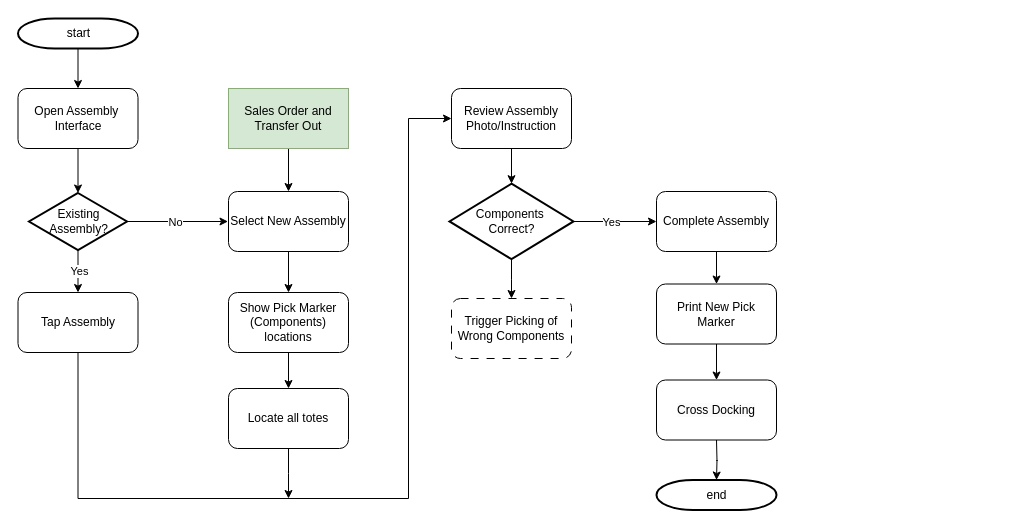
This is AssemblyProcess.drawio from ZTomChen/NavigatorFlowcharts, a draw.io file, before an edit. Source tidied: cells renumbered, new cells numbered last; positions are measured from the earlier drawing's top-left corner, leaving out a move shared by most shapes. Both pictures are drawn from the tidied source at 100%, with x=0, y=0 at pixel (18, 18).
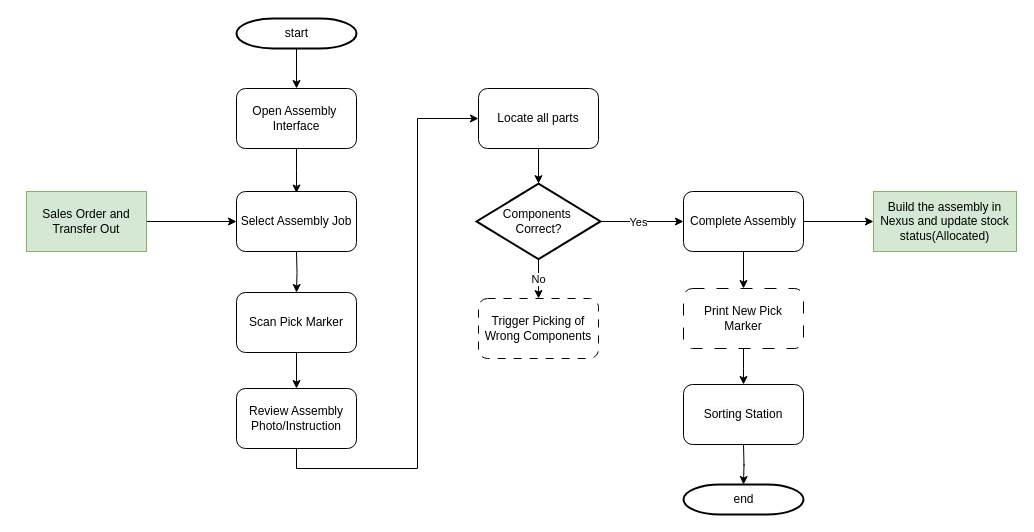
After the change.

What changed in the source:
```diff
@@
     <mxCell id="3" value="start" style="shape=mxgraph.flowchart.terminator;strokeWidth=2;gradientColor=none;gradientDirection=north;fontStyle=0;html=1;" parent="1" vertex="1">
-      <mxGeometry x="-0.5" width="120" height="30" as="geometry" />
+      <mxGeometry x="218" width="120" height="30" as="geometry" />
     </mxCell>
-    <mxCell id="4" style="edgeStyle=orthogonalEdgeStyle;rounded=0;jettySize=auto;html=1;" parent="1" edge="1" source="8" target="12">
-      <mxGeometry relative="1" as="geometry" />
-    </mxCell>
-    <mxCell id="5" value="Yes" style="edgeLabel;html=1;align=center;verticalAlign=middle;" parent="4" vertex="1">
-      <mxGeometry x="-0.04" y="1" relative="1" as="geometry">
-        <mxPoint y="1" as="offset" />
-      </mxGeometry>
-    </mxCell>
-    <mxCell id="6" style="edgeStyle=orthogonalEdgeStyle;rounded=0;jettySize=auto;html=1;" parent="1" edge="1" source="8">
-      <mxGeometry relative="1" as="geometry">
-        <mxPoint x="209.5" y="203" as="targetPoint" />
-      </mxGeometry>
-    </mxCell>
-    <mxCell id="7" value="No" style="edgeLabel;html=1;align=center;verticalAlign=middle;" parent="6" vertex="1">
-      <mxGeometry x="-0.36" y="-2" relative="1" as="geometry">
-        <mxPoint x="16" y="-2" as="offset" />
-      </mxGeometry>
-    </mxCell>
-    <mxCell id="8" value="Existing&lt;div&gt;Assembly?&lt;/div&gt;" style="shape=mxgraph.flowchart.decision;strokeWidth=2;gradientColor=none;gradientDirection=north;fontStyle=0;html=1;" parent="1" vertex="1">
-      <mxGeometry x="10.5" y="174.5" width="98" height="57" as="geometry" />
-    </mxCell>
-    <mxCell id="9" style="edgeStyle=orthogonalEdgeStyle;rounded=0;jettySize=auto;html=1;" parent="1" edge="1" source="10" target="8">
-      <mxGeometry relative="1" as="geometry" />
+    <mxCell id="9" style="edgeStyle=orthogonalEdgeStyle;rounded=0;jettySize=auto;html=1;" parent="1" edge="1" source="10">
+      <mxGeometry relative="1" as="geometry">
+        <mxPoint x="278" y="174.5" as="targetPoint" />
+      </mxGeometry>
     </mxCell>
     <mxCell id="10" value="&lt;span style=&quot;text-wrap-mode: nowrap;&quot;&gt;Open Assembly&amp;nbsp;&lt;/span&gt;&lt;div&gt;&lt;span style=&quot;text-wrap-mode: nowrap;&quot;&gt;Interface&lt;/span&gt;&lt;/div&gt;" style="rounded=1;whiteSpace=wrap;html=1;" parent="1" vertex="1">
-      <mxGeometry x="-0.5" y="70" width="120" height="60" as="geometry" />
+      <mxGeometry x="218" y="70" width="120" height="60" as="geometry" />
     </mxCell>
-    <mxCell id="11" style="edgeStyle=orthogonalEdgeStyle;rounded=0;jettySize=auto;html=1;exitX=0.5;exitY=1;exitDx=0;exitDy=0;entryX=0;entryY=0.5;entryDx=0;entryDy=0;" parent="1" edge="1" source="12">
-      <mxGeometry relative="1" as="geometry">
-        <mxPoint x="433" y="100" as="targetPoint" />
-        <Array as="points">
-          <mxPoint x="60" y="480" />
-          <mxPoint x="390" y="480" />
-          <mxPoint x="390" y="100" />
-        </Array>
-      </mxGeometry>
-    </mxCell>
-    <mxCell id="12" value="&lt;span style=&quot;text-wrap-mode: nowrap;&quot;&gt;Tap Assembly&lt;/span&gt;" style="rounded=1;whiteSpace=wrap;html=1;" parent="1" vertex="1">
-      <mxGeometry x="-0.5" y="274" width="120" height="60" as="geometry" />
+    <mxCell id="12" value="&lt;span style=&quot;text-wrap-mode: nowrap;&quot;&gt;Select Assembly Job&lt;/span&gt;" style="rounded=1;whiteSpace=wrap;html=1;" parent="1" vertex="1">
+      <mxGeometry x="218" y="173" width="120" height="60" as="geometry" />
     </mxCell>
-    <mxCell id="13" value="end" style="shape=mxgraph.flowchart.terminator;strokeWidth=2;gradientColor=none;gradientDirection=north;fontStyle=0;html=1;" parent="1" vertex="1">
-      <mxGeometry x="638" y="461.5" width="120" height="30" as="geometry" />
-    </mxCell>
-    <mxCell id="14" style="edgeStyle=orthogonalEdgeStyle;rounded=0;jettySize=auto;html=1;" parent="1" edge="1" source="15" target="17">
-      <mxGeometry relative="1" as="geometry" />
+    <mxCell id="14" style="edgeStyle=orthogonalEdgeStyle;rounded=0;jettySize=auto;html=1;" parent="1" edge="1" target="17">
+      <mxGeometry relative="1" as="geometry">
+        <mxPoint x="278" y="233" as="sourcePoint" />
+      </mxGeometry>
     </mxCell>
-    <mxCell id="15" value="&lt;span style=&quot;text-wrap-mode: nowrap;&quot;&gt;Select New Assembly&lt;/span&gt;" style="rounded=1;whiteSpace=wrap;html=1;" parent="1" vertex="1">
-      <mxGeometry x="210" y="173" width="120" height="60" as="geometry" />
-    </mxCell>
@@
-    <mxCell id="17" value="&lt;span style=&quot;text-wrap-mode: nowrap;&quot;&gt;Show Pick Marker&lt;/span&gt;&lt;div&gt;&lt;span style=&quot;text-wrap-mode: nowrap;&quot;&gt;(Components)&lt;/span&gt;&lt;div&gt;&lt;span style=&quot;text-wrap-mode: nowrap;&quot;&gt;locations&lt;/span&gt;&lt;/div&gt;&lt;/div&gt;" style="rounded=1;whiteSpace=wrap;html=1;" parent="1" vertex="1">
-      <mxGeometry x="210" y="274" width="120" height="60" as="geometry" />
+    <mxCell id="17" value="&lt;span style=&quot;text-wrap-mode: nowrap;&quot;&gt;Scan Pick Marker&lt;/span&gt;" style="rounded=1;whiteSpace=wrap;html=1;" parent="1" vertex="1">
+      <mxGeometry x="218" y="274" width="120" height="60" as="geometry" />
     </mxCell>
-    <mxCell id="18" style="edgeStyle=orthogonalEdgeStyle;rounded=0;jettySize=auto;html=1;exitX=0.5;exitY=1;exitDx=0;exitDy=0;" parent="1" edge="1" source="19">
-      <mxGeometry relative="1" as="geometry">
-        <mxPoint x="270" y="480" as="targetPoint" />
-      </mxGeometry>
-    </mxCell>
+    <mxCell id="35" style="edgeStyle=orthogonalEdgeStyle;rounded=0;jettySize=auto;html=1;exitX=0.5;exitY=1;exitDx=0;exitDy=0;entryX=0;entryY=0.5;entryDx=0;entryDy=0;" parent="1" edge="1" source="19" target="26">
+      <mxGeometry relative="1" as="geometry" />
+    </mxCell>
-    <mxCell id="19" value="&lt;span style=&quot;text-wrap-mode: nowrap;&quot;&gt;Locate all totes&lt;/span&gt;" style="rounded=1;whiteSpace=wrap;html=1;" parent="1" vertex="1">
-      <mxGeometry x="210" y="370" width="120" height="60" as="geometry" />
+    <mxCell id="19" value="Review Assembly&lt;div&gt;Photo/Instruction&lt;/div&gt;" style="rounded=1;whiteSpace=wrap;html=1;" parent="1" vertex="1">
+      <mxGeometry x="218" y="370" width="120" height="60" as="geometry" />
     </mxCell>
-    <mxCell id="20" style="edgeStyle=orthogonalEdgeStyle;rounded=0;orthogonalLoop=1;jettySize=auto;html=1;" parent="1" edge="1">
-      <mxGeometry relative="1" as="geometry">
-        <mxPoint x="698" y="421.5" as="sourcePoint" />
-        <mxPoint x="698" y="461.5" as="targetPoint" />
-      </mxGeometry>
-    </mxCell>
-    <mxCell id="21" style="edgeStyle=orthogonalEdgeStyle;rounded=0;jettySize=auto;html=1;" parent="1" edge="1" source="22">
-      <mxGeometry relative="1" as="geometry">
-        <mxPoint x="698" y="361.5" as="targetPoint" />
-      </mxGeometry>
-    </mxCell>
-    <mxCell id="22" value="Print New Pick Marker" style="rounded=1;whiteSpace=wrap;html=1;" parent="1" vertex="1">
-      <mxGeometry x="638" y="265.5" width="120" height="60" as="geometry" />
-    </mxCell>
-    <mxCell id="23" style="edgeStyle=orthogonalEdgeStyle;rounded=0;jettySize=auto;html=1;" parent="1" edge="1" source="24" target="22">
+    <mxCell id="23" style="edgeStyle=orthogonalEdgeStyle;rounded=0;jettySize=auto;html=1;entryX=0.5;entryY=0;entryDx=0;entryDy=0;" parent="1" edge="1" source="24" target="22">
       <mxGeometry relative="1" as="geometry" />
     </mxCell>
+    <mxCell id="36" style="edgeStyle=orthogonalEdgeStyle;rounded=0;jettySize=auto;html=1;" parent="1" edge="1" source="24" target="41">
+      <mxGeometry relative="1" as="geometry" />
+    </mxCell>
     <mxCell id="24" value="Complete Assembly" style="rounded=1;whiteSpace=wrap;html=1;" parent="1" vertex="1">
-      <mxGeometry x="638" y="173" width="120" height="60" as="geometry" />
+      <mxGeometry x="665" y="173" width="120" height="60" as="geometry" />
     </mxCell>
@@
-    <mxCell id="26" value="Review Assembly&lt;div&gt;Photo/Instruction&lt;/div&gt;" style="rounded=1;whiteSpace=wrap;html=1;" parent="1" vertex="1">
-      <mxGeometry x="433" y="70" width="120" height="60" as="geometry" />
+    <mxCell id="26" value="Locate all parts" style="rounded=1;whiteSpace=wrap;html=1;" parent="1" vertex="1">
+      <mxGeometry x="460" y="70" width="120" height="60" as="geometry" />
     </mxCell>
-    <mxCell id="27" style="edgeStyle=orthogonalEdgeStyle;rounded=0;jettySize=auto;html=1;" parent="1" edge="1" source="28" target="15">
-      <mxGeometry relative="1" as="geometry" />
-    </mxCell>
+    <mxCell id="37" style="edgeStyle=orthogonalEdgeStyle;rounded=0;jettySize=auto;html=1;" parent="1" edge="1" source="28" target="12">
+      <mxGeometry relative="1" as="geometry" />
+    </mxCell>
     <mxCell id="28" value="Sales Order and Transfer Out" style="rounded=0;whiteSpace=wrap;html=1;fillColor=#d5e8d4;strokeColor=#82b366;" parent="1" vertex="1">
-      <mxGeometry x="210" y="70" width="120" height="60" as="geometry" />
+      <mxGeometry x="8" y="173" width="120" height="60" as="geometry" />
     </mxCell>
-    <mxCell id="29" value="&lt;span style=&quot;color: rgb(0, 0, 0); font-family: Helvetica; font-size: 12px; font-style: normal; font-variant-ligatures: normal; font-variant-caps: normal; font-weight: 400; letter-spacing: normal; orphans: 2; text-align: center; text-indent: 0px; text-transform: none; widows: 2; word-spacing: 0px; -webkit-text-stroke-width: 0px; white-space: normal; background-color: rgb(251, 251, 251); text-decoration-thickness: initial; text-decoration-style: initial; text-decoration-color: initial; display: inline !important; float: none;&quot;&gt;Cross Docking&lt;/span&gt;" style="rounded=1;whiteSpace=wrap;html=1;" parent="1" vertex="1">
-      <mxGeometry x="638" y="361.5" width="120" height="60" as="geometry" />
-    </mxCell>
@@
-    <mxCell id="32" style="edgeStyle=orthogonalEdgeStyle;rounded=0;jettySize=auto;html=1;" parent="1" edge="1" source="33" target="34">
+    <mxCell id="32" value="No" style="edgeStyle=orthogonalEdgeStyle;rounded=0;jettySize=auto;html=1;" parent="1" edge="1" source="33" target="34">
       <mxGeometry relative="1" as="geometry" />
     </mxCell>
     <mxCell id="33" value="Components&amp;nbsp;&lt;div&gt;Correct?&lt;/div&gt;" style="shape=mxgraph.flowchart.decision;strokeWidth=2;gradientColor=none;gradientDirection=north;fontStyle=0;html=1;" parent="1" vertex="1">
-      <mxGeometry x="431" y="165.2" width="124" height="75.5" as="geometry" />
+      <mxGeometry x="458" y="165.2" width="124" height="75.5" as="geometry" />
     </mxCell>
     <mxCell id="34" value="Trigger Picking of Wrong Components" style="rounded=1;whiteSpace=wrap;html=1;dashed=1;dashPattern=8 8;" parent="1" vertex="1">
-      <mxGeometry x="433" y="280" width="120" height="60" as="geometry" />
+      <mxGeometry x="460" y="280" width="120" height="60" as="geometry" />
     </mxCell>
+    <mxCell id="13" value="end" style="shape=mxgraph.flowchart.terminator;strokeWidth=2;gradientColor=none;gradientDirection=north;fontStyle=0;html=1;" parent="1" vertex="1">
+      <mxGeometry x="665" y="466" width="120" height="30" as="geometry" />
+    </mxCell>
+    <mxCell id="38" style="edgeStyle=orthogonalEdgeStyle;rounded=0;orthogonalLoop=1;jettySize=auto;html=1;" parent="1" edge="1">
+      <mxGeometry relative="1" as="geometry">
+        <mxPoint x="725" y="426" as="sourcePoint" />
+        <mxPoint x="725" y="466" as="targetPoint" />
+      </mxGeometry>
+    </mxCell>
+    <mxCell id="39" style="edgeStyle=orthogonalEdgeStyle;rounded=0;jettySize=auto;html=1;" parent="1" edge="1" source="22">
+      <mxGeometry relative="1" as="geometry">
+        <mxPoint x="725" y="366" as="targetPoint" />
+      </mxGeometry>
+    </mxCell>
+    <mxCell id="22" value="Print New Pick Marker" style="rounded=1;whiteSpace=wrap;html=1;dashed=1;dashPattern=12 12;" parent="1" vertex="1">
+      <mxGeometry x="665" y="270" width="120" height="60" as="geometry" />
+    </mxCell>
+    <mxCell id="40" value="&lt;span style=&quot;color: rgb(0, 0, 0); font-family: Helvetica; font-size: 12px; font-style: normal; font-variant-ligatures: normal; font-variant-caps: normal; font-weight: 400; letter-spacing: normal; orphans: 2; text-align: center; text-indent: 0px; text-transform: none; widows: 2; word-spacing: 0px; -webkit-text-stroke-width: 0px; white-space: normal; background-color: rgb(251, 251, 251); text-decoration-thickness: initial; text-decoration-style: initial; text-decoration-color: initial; display: inline !important; float: none;&quot;&gt;Sorting Station&lt;/span&gt;" style="rounded=1;whiteSpace=wrap;html=1;" parent="1" vertex="1">
+      <mxGeometry x="665" y="366" width="120" height="60" as="geometry" />
+    </mxCell>
+    <mxCell id="41" value="Build the assembly in Nexus and update stock status(Allocated)" style="rounded=0;whiteSpace=wrap;html=1;fillColor=#d5e8d4;strokeColor=#82b366;" parent="1" vertex="1">
+      <mxGeometry x="855" y="173" width="143" height="60" as="geometry" />
+    </mxCell>
```
